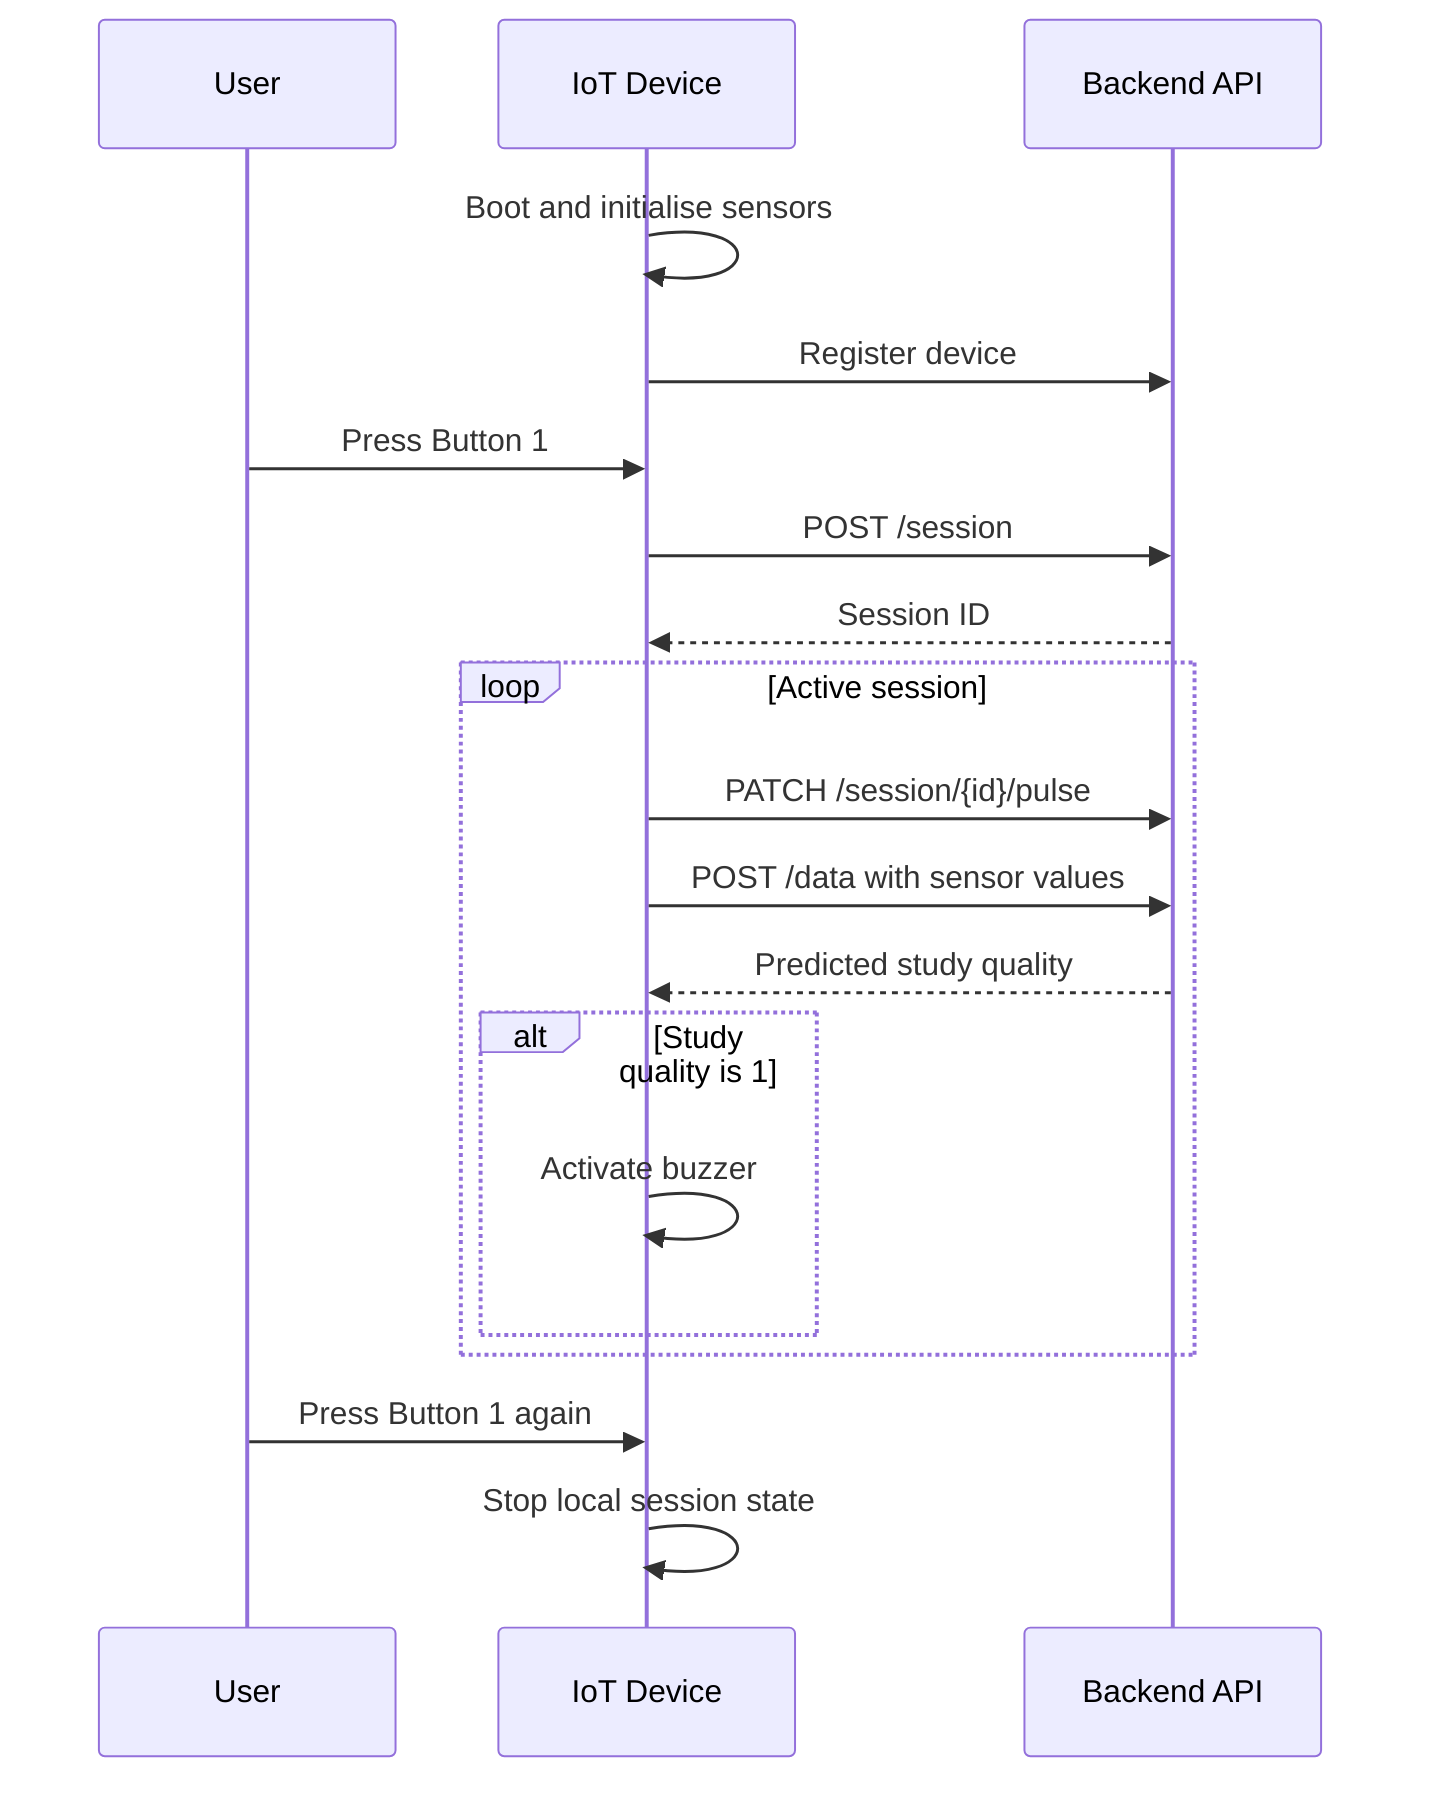
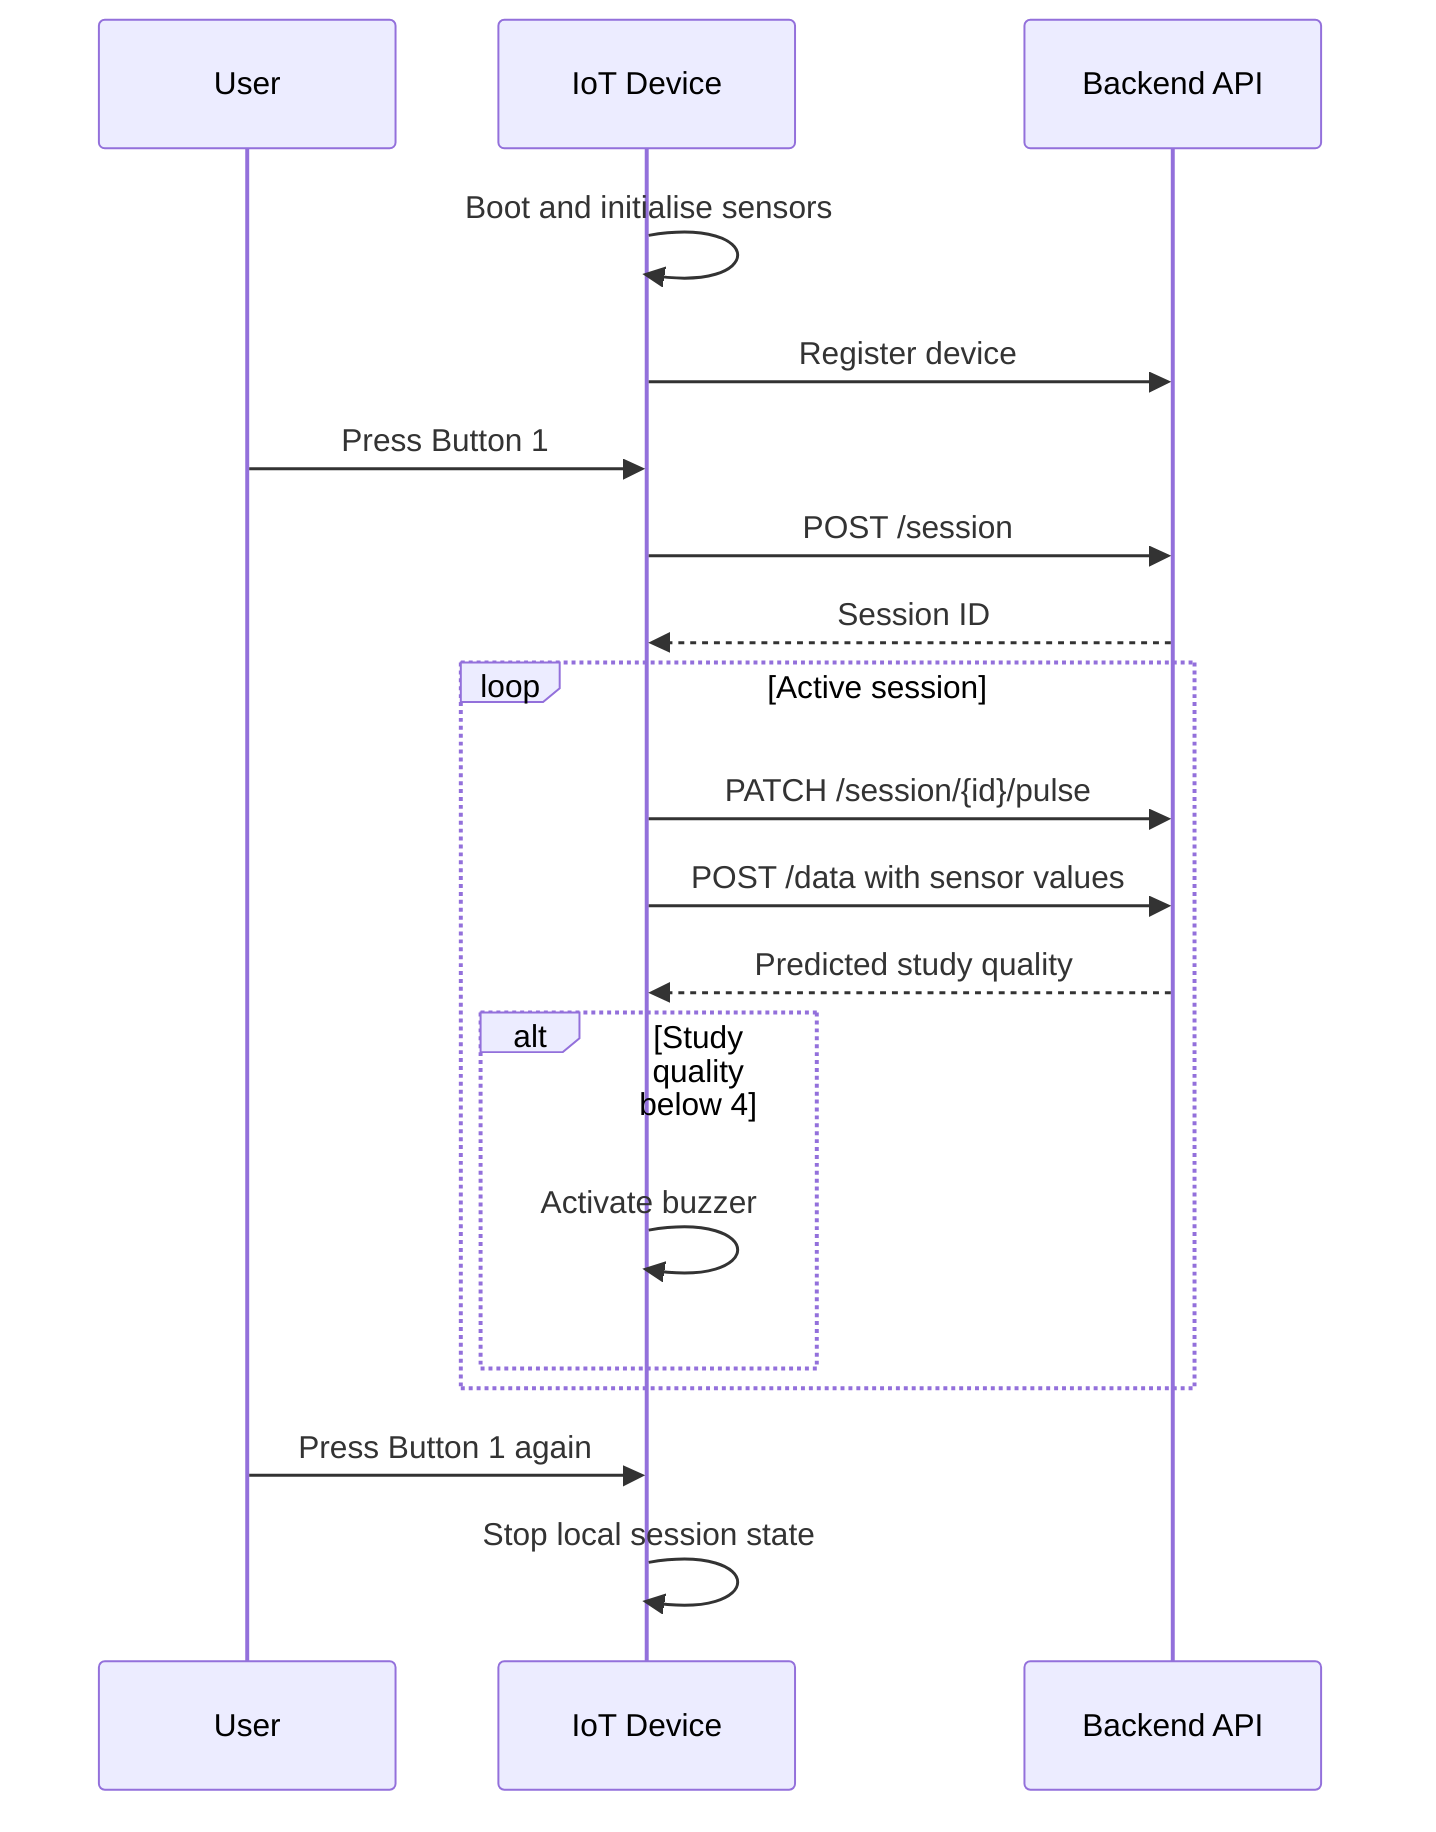
sequenceDiagram
    participant User
    participant Device as IoT Device
    participant API as Backend API

    Device->>Device: Boot and initialise sensors
    Device->>API: Register device
    User->>Device: Press Button 1
    Device->>API: POST /session
    API-->>Device: Session ID

    loop Active session
        Device->>API: PATCH /session/{id}/pulse
        Device->>API: POST /data with sensor values
        API-->>Device: Predicted study quality
-         alt Study quality is 1
+         alt Study quality below 4
            Device->>Device: Activate buzzer
        end
    end

    User->>Device: Press Button 1 again
    Device->>Device: Stop local session state
